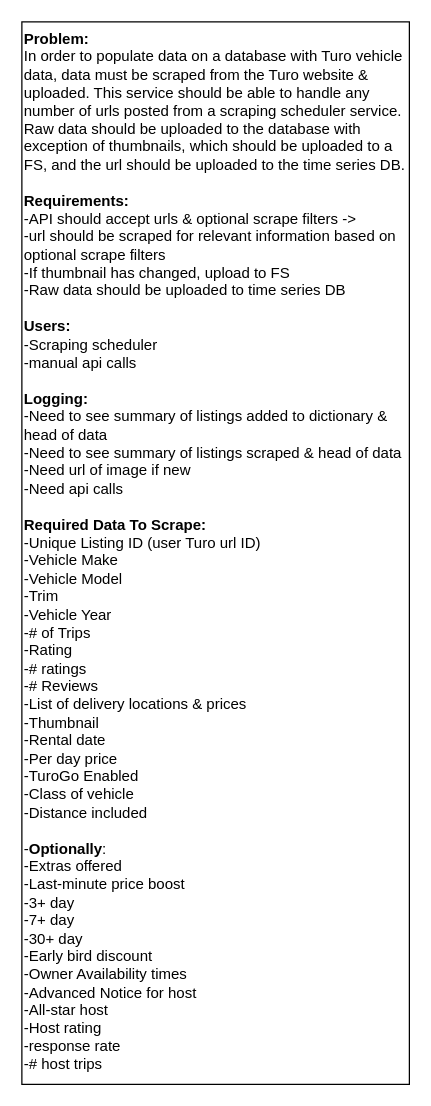
jacob-petterle/turo-scraper keeps this draw.io diagram as page "Problem" (1 of 6) of design/Scraping Service Design.drawio. Above is the earlier version. Source tidied: cells renumbered, new cells numbered last; positions are measured from the earlier drawing's top-left corner, leaving out a move shared by most shapes. Both pictures are drawn from the tidied source at 125%, with x=0, y=0 at pixel (21, 21).
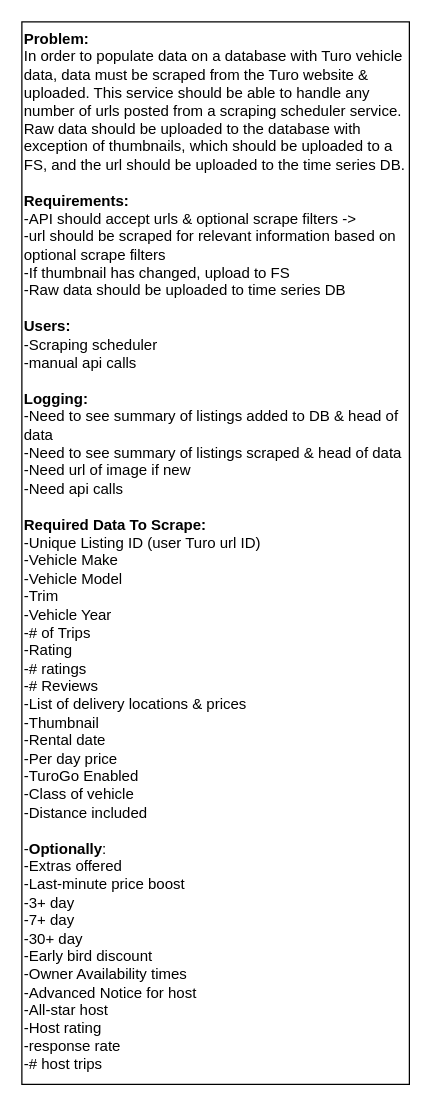
Above is the later version.

What changed in the source:
```diff
@@
 <mxGraphModel>
   <root>
     <mxCell id="0" />
     <mxCell id="1" parent="0" />
-    <mxCell id="2" value="&lt;b&gt;Problem:&lt;/b&gt;&lt;br&gt;In order to populate data on a database with Turo vehicle data, data must be scraped from the Turo website &amp;amp; uploaded. This service should be able to handle any number of urls posted from a scraping scheduler service. Raw data should be uploaded to the database with exception of thumbnails, which should be uploaded to a FS, and the url should be uploaded to the time series DB.&lt;br&gt;&lt;br&gt;&lt;b&gt;Requirements:&lt;br&gt;&lt;/b&gt;-API should accept urls &amp;amp; optional scrape filters -&amp;gt;&amp;nbsp;&lt;br&gt;-url should be scraped for relevant information based on optional scrape filters&lt;br&gt;-If thumbnail has changed, upload to FS&lt;br&gt;-Raw data should be uploaded to time series DB&lt;br&gt;&lt;br&gt;&lt;b&gt;Users:&lt;br&gt;&lt;/b&gt;-Scraping scheduler&lt;br&gt;-manual api calls&lt;br&gt;&lt;br&gt;&lt;b&gt;Logging:&lt;br&gt;&lt;/b&gt;-Need to see summary of listings added to dictionary &amp;amp; head of data&lt;br&gt;-Need to see summary of listings scraped &amp;amp; head of data&lt;br&gt;-Need url of image if new&lt;br&gt;-Need api calls&lt;br&gt;&lt;br&gt;&lt;b&gt;Required Data To Scrape:&lt;/b&gt;&lt;br&gt;-Unique Listing ID (user Turo url ID)&lt;br&gt;-Vehicle Make&lt;br&gt;-Vehicle Model&lt;br&gt;-Trim&lt;br&gt;-Vehicle Year&lt;br&gt;-# of Trips&lt;br&gt;-Rating&lt;br&gt;-# ratings&lt;br&gt;-# Reviews&lt;br&gt;-List of delivery locations &amp;amp; prices&lt;br&gt;-Thumbnail&lt;br&gt;-Rental date&lt;br&gt;-Per day price&lt;br&gt;-TuroGo Enabled&lt;br&gt;-Class of vehicle&lt;br&gt;-Distance included&lt;br&gt;&lt;br&gt;-&lt;b&gt;Optionally&lt;/b&gt;:&lt;br&gt;-Extras offered&lt;br&gt;-Last-minute price boost&lt;br&gt;-3+ day&lt;br&gt;-7+ day&lt;br&gt;-30+ day&lt;br&gt;-Early bird discount&lt;br&gt;&lt;div&gt;-Owner Availability times&lt;/div&gt;&lt;div&gt;-Advanced Notice for host&lt;/div&gt;&lt;div&gt;-All-star host&lt;/div&gt;&lt;div&gt;-Host rating&lt;/div&gt;&lt;div&gt;-response rate&lt;/div&gt;&lt;div&gt;-# host trips&lt;/div&gt;" style="rounded=0;whiteSpace=wrap;html=1;align=left;verticalAlign=top;" parent="1" vertex="1">
+    <mxCell id="2" value="&lt;b&gt;Problem:&lt;/b&gt;&lt;br&gt;In order to populate data on a database with Turo vehicle data, data must be scraped from the Turo website &amp;amp; uploaded. This service should be able to handle any number of urls posted from a scraping scheduler service. Raw data should be uploaded to the database with exception of thumbnails, which should be uploaded to a FS, and the url should be uploaded to the time series DB.&lt;br&gt;&lt;br&gt;&lt;b&gt;Requirements:&lt;br&gt;&lt;/b&gt;-API should accept urls &amp;amp; optional scrape filters -&amp;gt;&amp;nbsp;&lt;br&gt;-url should be scraped for relevant information based on optional scrape filters&lt;br&gt;-If thumbnail has changed, upload to FS&lt;br&gt;-Raw data should be uploaded to time series DB&lt;br&gt;&lt;br&gt;&lt;b&gt;Users:&lt;br&gt;&lt;/b&gt;-Scraping scheduler&lt;br&gt;-manual api calls&lt;br&gt;&lt;br&gt;&lt;b&gt;Logging:&lt;br&gt;&lt;/b&gt;-Need to see summary of listings added to DB &amp;amp; head of data&lt;br&gt;-Need to see summary of listings scraped &amp;amp; head of data&lt;br&gt;-Need url of image if new&lt;br&gt;-Need api calls&lt;br&gt;&lt;br&gt;&lt;b&gt;Required Data To Scrape:&lt;/b&gt;&lt;br&gt;-Unique Listing ID (user Turo url ID)&lt;br&gt;-Vehicle Make&lt;br&gt;-Vehicle Model&lt;br&gt;-Trim&lt;br&gt;-Vehicle Year&lt;br&gt;-# of Trips&lt;br&gt;-Rating&lt;br&gt;-# ratings&lt;br&gt;-# Reviews&lt;br&gt;-List of delivery locations &amp;amp; prices&lt;br&gt;-Thumbnail&lt;br&gt;-Rental date&lt;br&gt;-Per day price&lt;br&gt;-TuroGo Enabled&lt;br&gt;-Class of vehicle&lt;br&gt;-Distance included&lt;br&gt;&lt;br&gt;-&lt;b&gt;Optionally&lt;/b&gt;:&lt;br&gt;-Extras offered&lt;br&gt;-Last-minute price boost&lt;br&gt;-3+ day&lt;br&gt;-7+ day&lt;br&gt;-30+ day&lt;br&gt;-Early bird discount&lt;br&gt;&lt;div&gt;-Owner Availability times&lt;/div&gt;&lt;div&gt;-Advanced Notice for host&lt;/div&gt;&lt;div&gt;-All-star host&lt;/div&gt;&lt;div&gt;-Host rating&lt;/div&gt;&lt;div&gt;-response rate&lt;/div&gt;&lt;div&gt;-# host trips&lt;/div&gt;" style="rounded=0;whiteSpace=wrap;html=1;align=left;verticalAlign=top;" parent="1" vertex="1">
       <mxGeometry width="310" height="850" as="geometry" />
     </mxCell>
   </root>
 </mxGraphModel>
```
